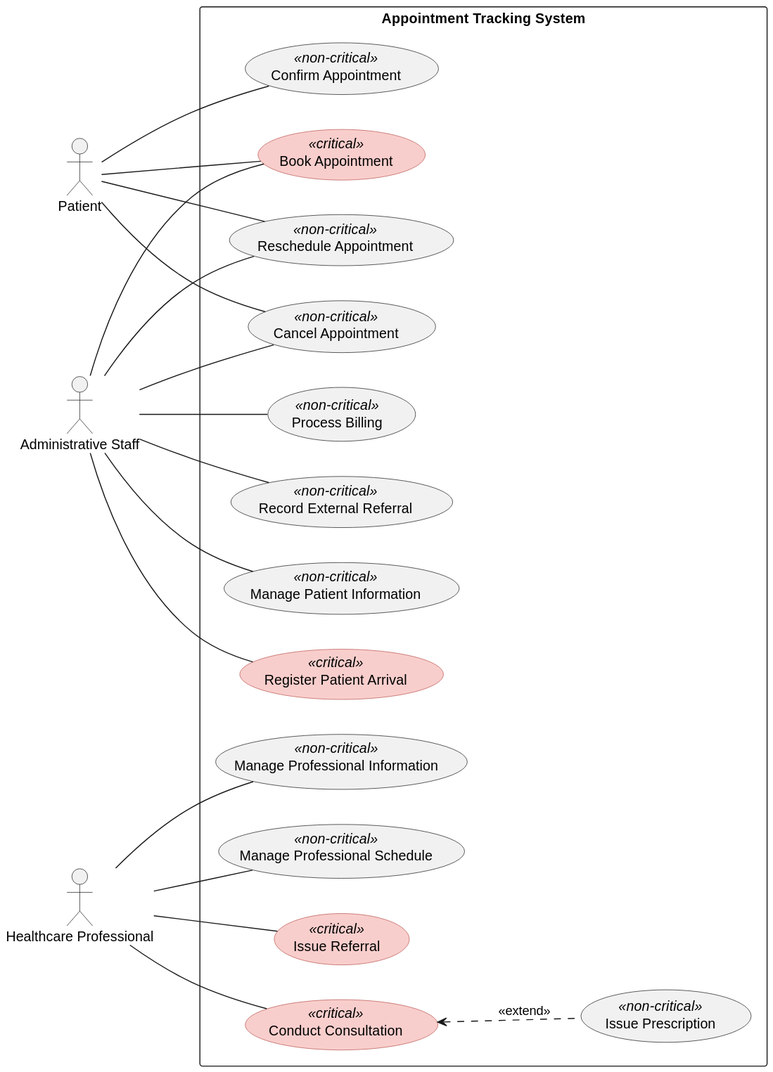
Before: docs/use-case-diagram/Use-case Diagram.svg, a diagram exported from PlantUML (rakib-akter/SOEN-342-Project). Source of this version:
```plantuml
@startuml
left to right direction

skinparam usecase {
    BackgroundColor<<critical>> #F8CECC
    BorderColor<<critical>> #B85450
}

actor "Patient" as patient
actor "Administrative Staff" as staff
actor "Healthcare Professional" as hcp

rectangle "Appointment Tracking System" {
    usecase "Confirm Appointment" as ConfirmAppointment <<non-critical>>
    usecase "Book Appointment" as BookAppointment <<critical>>
    usecase "Reschedule Appointment" as RescheduleAppointment <<non-critical>>
    usecase "Cancel Appointment" as CancelAppointment <<non-critical>>

    usecase "Manage Patient Information" as ManagePatient <<non-critical>>
    usecase "Register Patient Arrival" as RegisterPatientArrival <<critical>>
    usecase "Process Billing" as ProcessBilling <<non-critical>>

    usecase "Record External Referral" as RecordReferral <<non-critical>>
    usecase "Issue Referral" as IssueReferral <<critical>>

    usecase "Conduct Consultation" as ConductConsultation <<critical>>
    usecase "Issue Prescription" as IssuePrescription <<non-critical>>
    usecase "Manage Professional Information" as ManageProfessionalInformation <<non-critical>>
    usecase "Manage Professional Schedule" as ManageProfessionalSchedule <<non-critical>>
}

patient -- ConfirmAppointment
patient -- BookAppointment
patient -- RescheduleAppointment
patient -- CancelAppointment

staff -- BookAppointment
staff -- RescheduleAppointment
staff -- CancelAppointment
staff -- ManagePatient
staff -- RegisterPatientArrival
staff -- ProcessBilling
staff -- RecordReferral

hcp -- IssueReferral
hcp -- ConductConsultation
hcp -- ManageProfessionalInformation
hcp -- ManageProfessionalSchedule

ConductConsultation <.. IssuePrescription : <<extend>>
@enduml
```
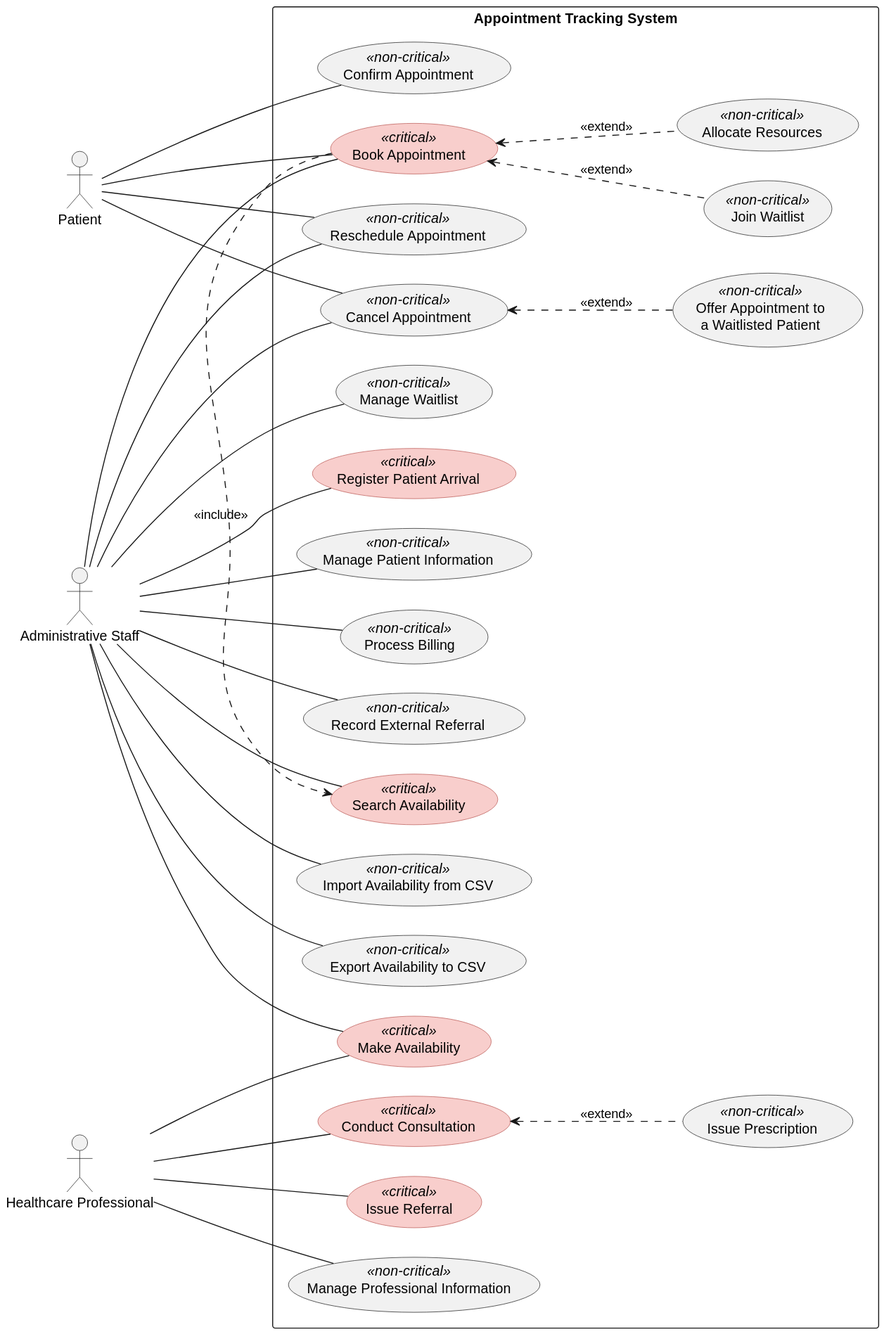
After the change.

Commit message:
update use-case diagram for iteration 2: availability, CSV import/export, waitlist, resources

Change to the diagram source:
```diff
@@ -1,5 +1,7 @@
 @startuml
 left to right direction
+skinparam nodesep 30
+skinparam ranksep 80
 
 skinparam usecase {
     BackgroundColor<<critical>> #F8CECC
@@ -11,41 +13,57 @@
 actor "Healthcare Professional" as hcp
 
 rectangle "Appointment Tracking System" {
-    usecase "Confirm Appointment" as ConfirmAppointment <<non-critical>>
     usecase "Book Appointment" as BookAppointment <<critical>>
+    usecase "Join Waitlist" as JoinWaitlist <<non-critical>>
+    usecase "Offer Appointment to\na Waitlisted Patient" as OfferWaitlistAppointment <<non-critical>>
+    usecase "Search Availability" as SearchAvailability <<critical>>
     usecase "Reschedule Appointment" as RescheduleAppointment <<non-critical>>
     usecase "Cancel Appointment" as CancelAppointment <<non-critical>>
+    usecase "Confirm Appointment" as ConfirmAppointment <<non-critical>>
 
+    usecase "Make Availability" as MakeAvailability <<critical>>
+    usecase "Import Availability from CSV" as ImportCSV <<non-critical>>
+    usecase "Export Availability to CSV" as ExportCSV <<non-critical>>
+    usecase "Manage Waitlist" as ManageWaitlist <<non-critical>>
+    usecase "Register Patient Arrival" as RegisterPatientArrival <<critical>>
     usecase "Manage Patient Information" as ManagePatient <<non-critical>>
-    usecase "Register Patient Arrival" as RegisterPatientArrival <<critical>>
     usecase "Process Billing" as ProcessBilling <<non-critical>>
-
     usecase "Record External Referral" as RecordReferral <<non-critical>>
-    usecase "Issue Referral" as IssueReferral <<critical>>
 
     usecase "Conduct Consultation" as ConductConsultation <<critical>>
+    usecase "Issue Referral" as IssueReferral <<critical>>
+    usecase "Manage Professional Information" as ManageProfessionalInformation <<non-critical>>
+
+    usecase "Allocate Resources" as AllocateResources <<non-critical>>
     usecase "Issue Prescription" as IssuePrescription <<non-critical>>
-    usecase "Manage Professional Information" as ManageProfessionalInformation <<non-critical>>
-    usecase "Manage Professional Schedule" as ManageProfessionalSchedule <<non-critical>>
 }
 
-patient -- ConfirmAppointment
 patient -- BookAppointment
 patient -- RescheduleAppointment
+patient -- ConfirmAppointment
 patient -- CancelAppointment
 
+staff -- MakeAvailability
+staff -- RegisterPatientArrival
+staff -- ImportCSV
+staff -- ProcessBilling
+staff -- ManageWaitlist
 staff -- BookAppointment
+staff -- SearchAvailability
 staff -- RescheduleAppointment
+staff -- ManagePatient
+staff -- RecordReferral
+staff -- ExportCSV
 staff -- CancelAppointment
-staff -- ManagePatient
-staff -- RegisterPatientArrival
-staff -- ProcessBilling
-staff -- RecordReferral
 
+hcp -- ConductConsultation
 hcp -- IssueReferral
-hcp -- ConductConsultation
 hcp -- ManageProfessionalInformation
-hcp -- ManageProfessionalSchedule
+hcp -- MakeAvailability
 
+BookAppointment .> SearchAvailability : <<include>>
+BookAppointment <.. JoinWaitlist : <<extend>>
+BookAppointment <.. AllocateResources : <<extend>>
+CancelAppointment <.. OfferWaitlistAppointment : <<extend>>
 ConductConsultation <.. IssuePrescription : <<extend>>
 @enduml
```
